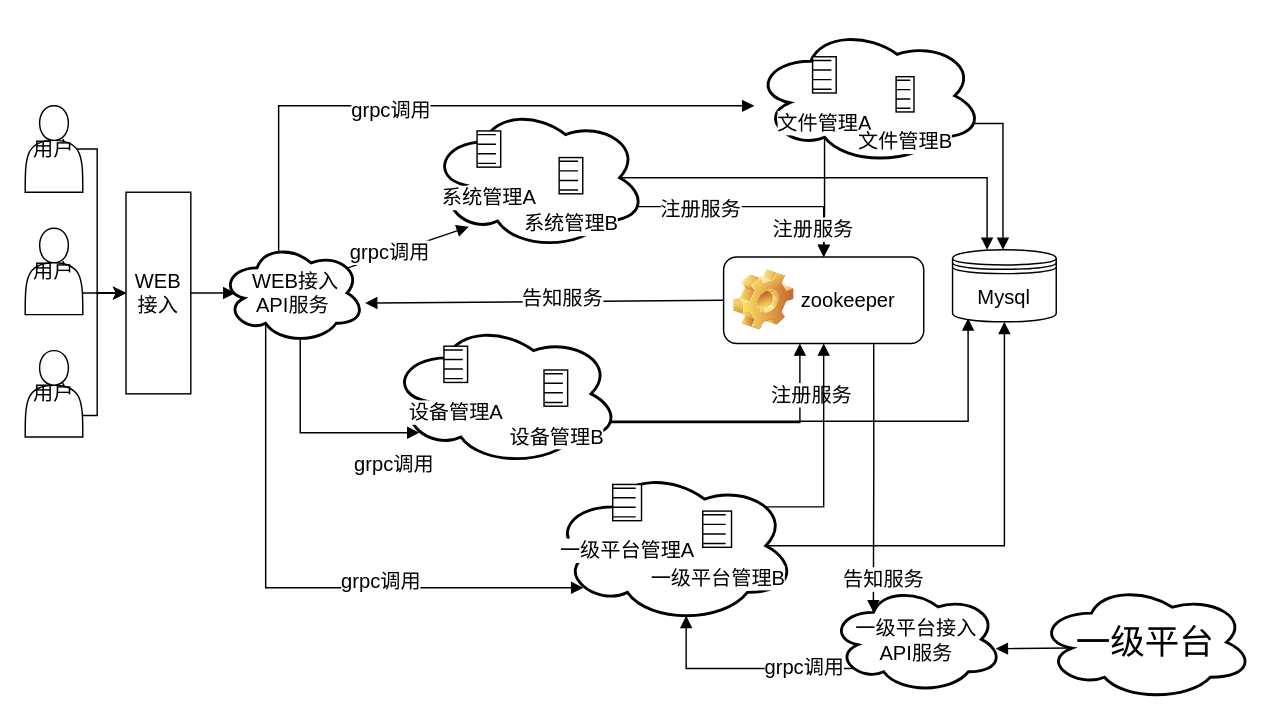
The draw.io diagram framework.drawio in waterwatermelon/graph, before the edit. Source tidied: cells renumbered, new cells numbered last; positions are measured from the earlier drawing's top-left corner, leaving out a move shared by most shapes. Both pictures are drawn from the tidied source at 144%, with x=0, y=0 at pixel (24, 26).
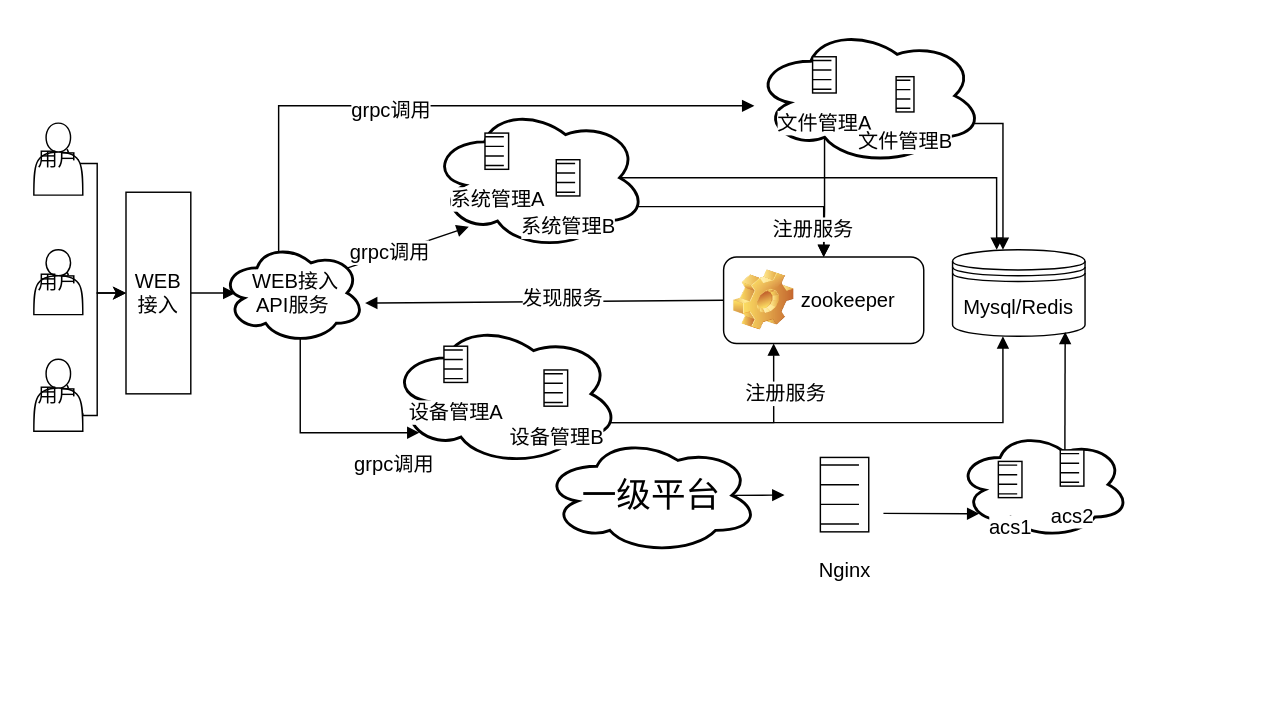
The same diagram, later.

The change refers to these unchanged cells:
```xml
<mxCell id="12" value="&amp;nbsp;WEB接入&lt;br style=&quot;font-size: 14px;&quot;&gt;API服务" style="ellipse;shape=cloud;strokeWidth=2;fontSize=14;whiteSpace=wrap;html=1;align=center;" parent="1" vertex="1">
  <mxGeometry x="136" y="150" width="100" height="70" as="geometry" />
</mxCell>
<mxCell id="14" value="&lt;font style=&quot;font-size: 14px;&quot;&gt;WEB接入&lt;/font&gt;" style="rounded=0;whiteSpace=wrap;html=1;fontSize=14;" parent="1" vertex="1">
  <mxGeometry x="70" y="115" width="45" height="140" as="geometry" />
</mxCell>
<mxCell id="19" style="edgeStyle=orthogonalEdgeStyle;rounded=0;comic=0;jettySize=auto;html=1;exitX=0.96;exitY=0.7;exitDx=0;exitDy=0;exitPerimeter=0;entryX=0.5;entryY=0;entryDx=0;entryDy=0;shadow=0;startArrow=none;startFill=0;endArrow=block;endFill=1;strokeColor=#000000;strokeWidth=1;fontSize=14;" parent="1" edge="1" source="22" target="41">
  <mxGeometry relative="1" as="geometry">
    <Array as="points">
      <mxPoint x="555" y="125" />
    </Array>
  </mxGeometry>
</mxCell>
<mxCell id="26" style="ellipse;shape=cloud;strokeWidth=2;fontSize=14;whiteSpace=wrap;html=1;align=center;" parent="1" vertex="1">
  <mxGeometry x="253" y="205" width="160" height="100" as="geometry" />
</mxCell>
<mxCell id="37" style="edgeStyle=none;rounded=0;comic=0;jettySize=auto;html=1;exitX=0;exitY=0.5;exitDx=0;exitDy=0;entryX=1;entryY=0.6;entryDx=0;entryDy=0;entryPerimeter=0;shadow=0;startArrow=none;startFill=0;endArrow=block;endFill=1;strokeColor=#000000;strokeWidth=1;fontSize=14;" parent="1" edge="1" source="41" target="12">
  <mxGeometry relative="1" as="geometry" />
</mxCell>
<mxCell id="41" value="&lt;span style=&quot;font-weight: normal; font-size: 14px;&quot;&gt;&lt;font style=&quot;font-size: 14px&quot;&gt;zookeeper&lt;/font&gt;&lt;/span&gt;" style="label;whiteSpace=wrap;html=1;image=img/clipart/Gear_128x128.png;strokeColor=#000000;strokeWidth=1;fillColor=#FFFFFF;fontSize=14;" parent="1" vertex="1">
  <mxGeometry x="485" y="160" width="139" height="60" as="geometry" />
</mxCell>
```

What changed in the source:
```diff
@@
     <mxCell id="2" style="edgeStyle=orthogonalEdgeStyle;rounded=0;jettySize=auto;html=1;exitX=0.9;exitY=0.5;exitDx=0;exitDy=0;exitPerimeter=0;fontSize=14;" parent="1" edge="1" source="3" target="14">
       <mxGeometry relative="1" as="geometry">
         <Array as="points">
-          <mxPoint x="50" y="85" />
+          <mxPoint x="37" y="95" />
+          <mxPoint x="50" y="95" />
           <mxPoint x="50" y="185" />
         </Array>
       </mxGeometry>
     </mxCell>
     <mxCell id="3" value="&lt;font style=&quot;font-size: 14px&quot;&gt;用户&lt;/font&gt;" style="shape=actor;whiteSpace=wrap;html=1;fontSize=14;" parent="1" vertex="1">
-      <mxGeometry y="55" width="40" height="60" as="geometry" />
+      <mxGeometry x="6" y="67" width="34" height="50" as="geometry" />
     </mxCell>
@@
-    <mxCell id="10" style="edgeStyle=orthogonalEdgeStyle;rounded=0;comic=0;jettySize=auto;html=1;exitX=0.31;exitY=0.8;exitDx=0;exitDy=0;exitPerimeter=0;entryX=0.13;entryY=0.77;entryDx=0;entryDy=0;entryPerimeter=0;shadow=0;startArrow=none;startFill=0;endArrow=block;endFill=1;strokeColor=#000000;strokeWidth=1;fontSize=14;" parent="1" edge="1" source="12" target="29">
-      <mxGeometry relative="1" as="geometry">
-        <Array as="points">
-          <mxPoint x="167" y="390" />
-        </Array>
-      </mxGeometry>
-    </mxCell>
-    <mxCell id="11" value="grpc调用" style="text;html=1;align=center;verticalAlign=middle;labelBackgroundColor=#ffffff;fontSize=14;" parent="10" vertex="1">
-      <mxGeometry x="-0.09" y="75" relative="1" as="geometry">
-        <mxPoint x="79" y="70" as="offset" />
-      </mxGeometry>
-    </mxCell>
@@
-    <mxCell id="15" style="edgeStyle=orthogonalEdgeStyle;rounded=0;jettySize=auto;html=1;exitX=1;exitY=0.75;exitDx=0;exitDy=0;entryX=0;entryY=0.5;entryDx=0;entryDy=0;fontSize=14;" parent="1" edge="1" source="16" target="14">
-      <mxGeometry relative="1" as="geometry" />
-    </mxCell>
     <mxCell id="16" value="&lt;font style=&quot;font-size: 14px&quot;&gt;用户&lt;/font&gt;" style="shape=actor;whiteSpace=wrap;html=1;fontSize=14;" parent="1" vertex="1">
-      <mxGeometry y="140" width="40" height="60" as="geometry" />
+      <mxGeometry x="6" y="155" width="34" height="45" as="geometry" />
     </mxCell>
@@
     <mxCell id="18" value="&lt;font style=&quot;font-size: 14px&quot;&gt;用户&lt;/font&gt;" style="shape=actor;whiteSpace=wrap;html=1;fontSize=14;" parent="1" vertex="1">
-      <mxGeometry y="225" width="40" height="60" as="geometry" />
+      <mxGeometry x="6" y="231" width="34" height="50" as="geometry" />
     </mxCell>
@@
-    <mxCell id="20" value="注册服务" style="text;html=1;align=center;verticalAlign=middle;labelBackgroundColor=#ffffff;fontSize=14;" parent="19" vertex="1">
-      <mxGeometry x="-0.48" y="-1" relative="1" as="geometry" />
-    </mxCell>
@@
-    <mxCell id="23" style="edgeStyle=orthogonalEdgeStyle;rounded=0;comic=0;jettySize=auto;html=1;exitX=0.96;exitY=0.7;exitDx=0;exitDy=0;exitPerimeter=0;entryX=0.381;entryY=1;entryDx=0;entryDy=0;entryPerimeter=0;shadow=0;startArrow=none;startFill=0;endArrow=block;endFill=1;strokeColor=#000000;strokeWidth=1;fontSize=14;" parent="1" edge="1" source="26" target="41">
+    <mxCell id="23" style="edgeStyle=orthogonalEdgeStyle;rounded=0;comic=0;jettySize=auto;html=1;exitX=0.96;exitY=0.7;exitDx=0;exitDy=0;exitPerimeter=0;entryX=0.25;entryY=1;entryDx=0;entryDy=0;shadow=0;startArrow=none;startFill=0;endArrow=block;endFill=1;strokeColor=#000000;strokeWidth=1;fontSize=14;" parent="1" edge="1" source="26" target="41">
       <mxGeometry relative="1" as="geometry" />
     </mxCell>
@@
-    <mxCell id="25" style="edgeStyle=orthogonalEdgeStyle;rounded=0;comic=0;jettySize=auto;html=1;exitX=0.96;exitY=0.7;exitDx=0;exitDy=0;exitPerimeter=0;entryX=0.15;entryY=0.95;entryDx=0;entryDy=0;shadow=0;startArrow=none;startFill=0;endArrow=block;endFill=1;strokeColor=#000000;strokeWidth=1;fontSize=14;entryPerimeter=0;" parent="1" edge="1" source="26" target="36">
-      <mxGeometry relative="1" as="geometry">
-        <Array as="points">
-          <mxPoint x="655" y="274" />
-        </Array>
-      </mxGeometry>
+    <mxCell id="25" style="edgeStyle=orthogonalEdgeStyle;rounded=0;comic=0;jettySize=auto;html=1;exitX=0.96;exitY=0.7;exitDx=0;exitDy=0;exitPerimeter=0;entryX=0.38;entryY=1;entryDx=0;entryDy=0;entryPerimeter=0;shadow=0;startArrow=none;startFill=0;endArrow=block;endFill=1;strokeColor=#000000;strokeWidth=1;fontSize=14;" parent="1" edge="1" source="26" target="36">
+      <mxGeometry relative="1" as="geometry" />
     </mxCell>
@@
-    <mxCell id="27" style="edgeStyle=orthogonalEdgeStyle;rounded=0;comic=0;jettySize=auto;html=1;exitX=0.88;exitY=0.25;exitDx=0;exitDy=0;exitPerimeter=0;entryX=0.5;entryY=1;entryDx=0;entryDy=0;shadow=0;startArrow=none;startFill=0;endArrow=block;endFill=1;strokeColor=#000000;strokeWidth=1;fontSize=14;" parent="1" edge="1" source="29" target="41">
-      <mxGeometry relative="1" as="geometry">
-        <Array as="points">
-          <mxPoint x="555" y="334" />
-        </Array>
-      </mxGeometry>
-    </mxCell>
-    <mxCell id="28" style="edgeStyle=orthogonalEdgeStyle;rounded=0;comic=0;jettySize=auto;html=1;exitX=0.875;exitY=0.5;exitDx=0;exitDy=0;exitPerimeter=0;entryX=0.5;entryY=1;entryDx=0;entryDy=0;shadow=0;startArrow=none;startFill=0;endArrow=block;endFill=1;strokeColor=#000000;strokeWidth=1;fontSize=14;" parent="1" edge="1" source="29" target="36">
-      <mxGeometry relative="1" as="geometry" />
-    </mxCell>
-    <mxCell id="29" style="ellipse;shape=cloud;strokeWidth=2;fontSize=14;whiteSpace=wrap;html=1;align=center;" parent="1" vertex="1">
-      <mxGeometry x="365.5" y="306.5" width="170" height="108" as="geometry" />
-    </mxCell>
-    <mxCell id="30" style="rounded=0;comic=0;jettySize=auto;html=1;exitX=0.16;exitY=0.55;exitDx=0;exitDy=0;exitPerimeter=0;entryX=0.958;entryY=0.587;entryDx=0;entryDy=0;entryPerimeter=0;shadow=0;startArrow=none;startFill=0;endArrow=block;endFill=1;strokeColor=#000000;strokeWidth=1;fontSize=14;" parent="1" edge="1" source="31" target="51">
-      <mxGeometry relative="1" as="geometry" />
-    </mxCell>
+    <mxCell id="53" style="edgeStyle=none;rounded=0;comic=0;jettySize=auto;html=1;exitX=0.875;exitY=0.5;exitDx=0;exitDy=0;exitPerimeter=0;shadow=0;startArrow=none;startFill=0;endArrow=block;endFill=1;strokeColor=#000000;strokeWidth=1;fontSize=14;" parent="1" edge="1" source="31" target="58">
+      <mxGeometry relative="1" as="geometry" />
+    </mxCell>
     <mxCell id="31" value="&lt;font style=&quot;font-size: 24px&quot;&gt;一级平台&lt;/font&gt;" style="ellipse;shape=cloud;strokeWidth=2;fontSize=14;whiteSpace=wrap;html=1;align=center;" parent="1" vertex="1">
-      <mxGeometry x="703" y="387" width="150" height="81" as="geometry" />
+      <mxGeometry x="359.5" y="285" width="150" height="81" as="geometry" />
     </mxCell>
@@
-    <mxCell id="36" value="&lt;font style=&quot;font-size: 14px;&quot;&gt;Mysql&lt;/font&gt;" style="shape=datastore;whiteSpace=wrap;html=1;fontSize=14;" parent="1" vertex="1">
-      <mxGeometry x="644" y="155" width="72" height="50" as="geometry" />
+    <mxCell id="36" value="&lt;font style=&quot;font-size: 14px&quot;&gt;Mysql/Redis&lt;/font&gt;" style="shape=datastore;whiteSpace=wrap;html=1;fontSize=14;" parent="1" vertex="1">
+      <mxGeometry x="644" y="155" width="92" height="60" as="geometry" />
     </mxCell>
@@
-    <mxCell id="38" value="&lt;font style=&quot;font-size: 14px&quot;&gt;告知服务&lt;/font&gt;" style="text;html=1;align=center;verticalAlign=middle;labelBackgroundColor=#ffffff;fontSize=14;" parent="37" vertex="1">
+    <mxCell id="38" value="&lt;font style=&quot;font-size: 14px&quot;&gt;发现服务&lt;/font&gt;" style="text;html=1;align=center;verticalAlign=middle;labelBackgroundColor=#ffffff;fontSize=14;" parent="37" vertex="1">
       <mxGeometry x="-0.1" y="-2" relative="1" as="geometry" />
     </mxCell>
-    <mxCell id="39" style="edgeStyle=orthogonalEdgeStyle;rounded=0;comic=0;jettySize=auto;html=1;exitX=0.75;exitY=1;exitDx=0;exitDy=0;entryX=0.25;entryY=0.25;entryDx=0;entryDy=0;entryPerimeter=0;shadow=0;startArrow=none;startFill=0;endArrow=block;endFill=1;strokeColor=#000000;strokeWidth=1;fontSize=14;" parent="1" edge="1" source="41" target="51">
-      <mxGeometry relative="1" as="geometry" />
-    </mxCell>
-    <mxCell id="40" value="告知服务" style="text;html=1;align=center;verticalAlign=middle;labelBackgroundColor=#ffffff;fontSize=14;" parent="39" vertex="1">
-      <mxGeometry x="0.27" y="2" relative="1" as="geometry">
-        <mxPoint x="4.5" y="45" as="offset" />
-      </mxGeometry>
-    </mxCell>
@@
     <mxCell id="42" value="&lt;font style=&quot;font-size: 14px&quot;&gt;系统管理A&lt;/font&gt;" style="shape=mxgraph.bpmn.shape;html=1;verticalLabelPosition=bottom;labelBackgroundColor=#ffffff;verticalAlign=top;align=center;perimeter=rhombusPerimeter;symbol=conditional;strokeColor=#000000;strokeWidth=1;fillColor=#FFFFFF;fontSize=14;" parent="1" vertex="1">
-      <mxGeometry x="301.5" y="66.5" width="41" height="37" as="geometry" />
+      <mxGeometry x="307" y="68" width="41" height="37" as="geometry" />
     </mxCell>
     <mxCell id="43" value="&lt;font style=&quot;font-size: 14px&quot;&gt;系统管理B&lt;/font&gt;" style="shape=mxgraph.bpmn.shape;html=1;verticalLabelPosition=bottom;labelBackgroundColor=#ffffff;verticalAlign=top;align=center;perimeter=rhombusPerimeter;symbol=conditional;strokeColor=#000000;strokeWidth=1;fillColor=#FFFFFF;fontSize=14;" parent="1" vertex="1">
-      <mxGeometry x="358.5" y="85" width="41" height="37" as="geometry" />
+      <mxGeometry x="356.5" y="86.5" width="41" height="37" as="geometry" />
     </mxCell>
@@
-    <mxCell id="48" value="&lt;span style=&quot;font-size: 14px;&quot;&gt;&lt;font style=&quot;font-size: 14px&quot;&gt;一级平台管理B&lt;/font&gt;&lt;/span&gt;&lt;br style=&quot;font-size: 14px;&quot;&gt;" style="shape=mxgraph.bpmn.shape;html=1;verticalLabelPosition=bottom;labelBackgroundColor=#ffffff;verticalAlign=top;align=center;perimeter=rhombusPerimeter;symbol=conditional;strokeColor=#000000;strokeWidth=1;fillColor=#FFFFFF;fontSize=14;" parent="1" vertex="1">
-      <mxGeometry x="455.5" y="330.5" width="50" height="37" as="geometry" />
-    </mxCell>
-    <mxCell id="49" style="edgeStyle=orthogonalEdgeStyle;rounded=0;comic=0;jettySize=auto;html=1;entryX=0.55;entryY=0.95;entryDx=0;entryDy=0;entryPerimeter=0;shadow=0;startArrow=none;startFill=0;endArrow=block;endFill=1;strokeColor=#000000;strokeWidth=1;fontSize=14;exitX=0.13;exitY=0.77;exitDx=0;exitDy=0;exitPerimeter=0;" parent="1" edge="1" source="51" target="29">
-      <mxGeometry relative="1" as="geometry">
-        <Array as="points">
-          <mxPoint x="575" y="445" />
-          <mxPoint x="459" y="445" />
-        </Array>
-      </mxGeometry>
-    </mxCell>
-    <mxCell id="50" value="grpc调用" style="text;html=1;align=center;verticalAlign=middle;labelBackgroundColor=#ffffff;fontSize=14;" parent="49" vertex="1">
-      <mxGeometry x="-0.56" y="-1" relative="1" as="geometry" />
-    </mxCell>
+    <mxCell id="54" style="edgeStyle=none;rounded=0;comic=0;jettySize=auto;html=1;exitX=0.625;exitY=0.2;exitDx=0;exitDy=0;exitPerimeter=0;entryX=0.85;entryY=0.95;entryDx=0;entryDy=0;entryPerimeter=0;shadow=0;startArrow=none;startFill=0;endArrow=block;endFill=1;strokeColor=#000000;strokeWidth=1;fontSize=14;" parent="1" edge="1" source="51" target="36">
+      <mxGeometry relative="1" as="geometry" />
+    </mxCell>
-    <mxCell id="51" value="一级平台接入&lt;br style=&quot;font-size: 14px;&quot;&gt;API服务" style="ellipse;shape=cloud;strokeWidth=2;fontSize=14;whiteSpace=wrap;html=1;align=center;" parent="1" vertex="1">
-      <mxGeometry x="559" y="388" width="120" height="75" as="geometry" />
+    <mxCell id="51" style="ellipse;shape=cloud;strokeWidth=2;fontSize=14;whiteSpace=wrap;html=1;align=center;" parent="1" vertex="1">
+      <mxGeometry x="647" y="280.5" width="120" height="75" as="geometry" />
     </mxCell>
-    <mxCell id="52" value="&lt;span style=&quot;font-size: 14px;&quot;&gt;&lt;font style=&quot;font-size: 14px&quot;&gt;一级平台管理A&lt;/font&gt;&lt;/span&gt;&lt;br style=&quot;font-size: 14px;&quot;&gt;" style="shape=mxgraph.bpmn.shape;html=1;verticalLabelPosition=bottom;labelBackgroundColor=#ffffff;verticalAlign=top;align=center;perimeter=rhombusPerimeter;symbol=conditional;strokeColor=#000000;strokeWidth=1;fillColor=#FFFFFF;fontSize=14;" parent="1" vertex="1">
-      <mxGeometry x="393" y="312" width="50" height="37" as="geometry" />
-    </mxCell>
+    <mxCell id="55" value="&lt;font style=&quot;font-size: 14px&quot;&gt;acs1&lt;/font&gt;" style="shape=mxgraph.bpmn.shape;html=1;verticalLabelPosition=bottom;labelBackgroundColor=#ffffff;verticalAlign=top;align=center;perimeter=rhombusPerimeter;symbol=conditional;strokeColor=#000000;strokeWidth=1;fillColor=#FFFFFF;fontSize=14;" parent="1" vertex="1">
+      <mxGeometry x="663.5" y="296" width="41" height="37" as="geometry" />
+    </mxCell>
+    <mxCell id="56" value="&lt;font style=&quot;font-size: 14px&quot;&gt;acs2&lt;/font&gt;" style="shape=mxgraph.bpmn.shape;html=1;verticalLabelPosition=bottom;labelBackgroundColor=#ffffff;verticalAlign=top;align=center;perimeter=rhombusPerimeter;symbol=conditional;strokeColor=#000000;strokeWidth=1;fillColor=#FFFFFF;fontSize=14;" parent="1" vertex="1">
+      <mxGeometry x="706.5" y="288" width="41" height="37" as="geometry" />
+    </mxCell>
+    <mxCell id="57" style="rounded=0;comic=0;jettySize=auto;html=1;entryX=0.13;entryY=0.77;entryDx=0;entryDy=0;entryPerimeter=0;shadow=0;startArrow=none;startFill=0;endArrow=block;endFill=1;strokeColor=#000000;strokeWidth=1;fontSize=14;" parent="1" edge="1" target="51">
+      <mxGeometry relative="1" as="geometry">
+        <mxPoint x="596" y="338" as="sourcePoint" />
+      </mxGeometry>
+    </mxCell>
+    <mxCell id="58" value="&lt;font style=&quot;font-size: 14px&quot;&gt;Nginx&lt;/font&gt;" style="shape=mxgraph.bpmn.shape;html=1;verticalLabelPosition=bottom;labelBackgroundColor=#ffffff;verticalAlign=top;align=center;perimeter=rhombusPerimeter;outlineConnect=0;symbol=conditional;strokeColor=#000000;strokeWidth=1;fillColor=#FFFFFF;fontSize=14;" parent="1" vertex="1">
+      <mxGeometry x="527" y="287" width="84" height="76" as="geometry" />
+    </mxCell>
```
